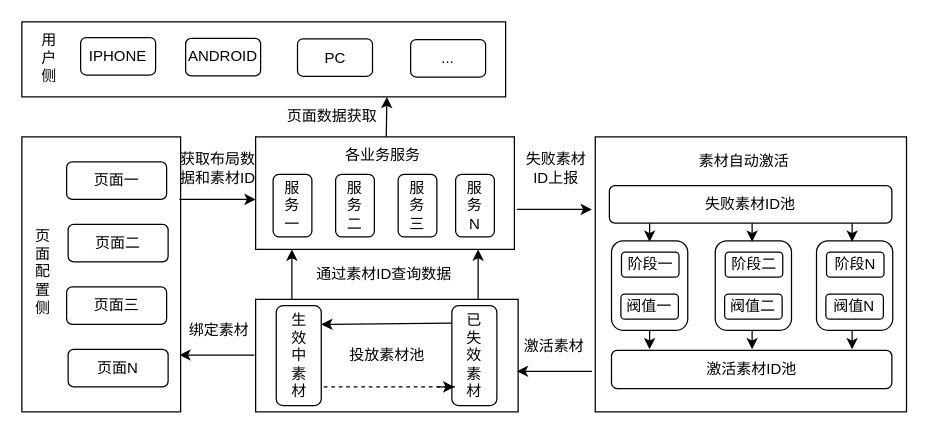
The draw.io diagram page "第 2 页" (2 of 3) of 自动激活方案.drawio in wushenchao/dro, before the edit. Source tidied: cells renumbered, new cells numbered last; positions are measured from the earlier drawing's top-left corner, leaving out a move shared by most shapes. Both pictures are drawn from the tidied source at 125%, with x=0, y=0 at pixel (21, 21).
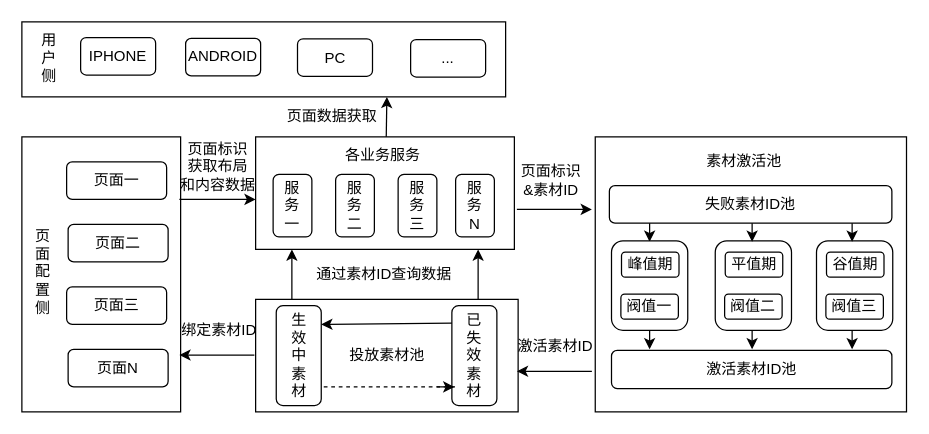
After the change.

What changed in the source:
```diff
@@
-    <mxCell id="27" value="获取布局数据和素材ID" style="text;html=1;strokeColor=none;fillColor=none;align=center;verticalAlign=middle;whiteSpace=wrap;rounded=0;" parent="1" vertex="1">
-      <mxGeometry x="122" y="102" width="70" height="30" as="geometry" />
+    <mxCell id="27" value="页面标识&lt;br&gt;获取布局&lt;br&gt;和内容数据" style="text;html=1;strokeColor=none;fillColor=none;align=center;verticalAlign=middle;whiteSpace=wrap;rounded=0;" parent="1" vertex="1">
+      <mxGeometry x="122" y="90" width="70" height="52" as="geometry" />
     </mxCell>
@@
-    <mxCell id="30" value="绑定素材" style="text;html=1;strokeColor=none;fillColor=none;align=center;verticalAlign=middle;whiteSpace=wrap;rounded=0;" parent="1" vertex="1">
+    <mxCell id="30" value="绑定素材ID" style="text;html=1;strokeColor=none;fillColor=none;align=center;verticalAlign=middle;whiteSpace=wrap;rounded=0;" parent="1" vertex="1">
       <mxGeometry x="123" y="232" width="70" height="30" as="geometry" />
     </mxCell>
-    <mxCell id="31" value="激活素材" style="text;html=1;strokeColor=none;fillColor=none;align=center;verticalAlign=middle;whiteSpace=wrap;rounded=0;" parent="1" vertex="1">
-      <mxGeometry x="391" y="245" width="70" height="30" as="geometry" />
+    <mxCell id="31" value="激活素材ID" style="text;html=1;strokeColor=none;fillColor=none;align=center;verticalAlign=middle;whiteSpace=wrap;rounded=0;" parent="1" vertex="1">
+      <mxGeometry x="392" y="245" width="70" height="30" as="geometry" />
     </mxCell>
-    <mxCell id="32" value="失败素材&lt;br&gt;ID上报" style="text;html=1;align=center;verticalAlign=middle;strokeColor=none;fillColor=none;" parent="1" vertex="1">
-      <mxGeometry x="392" y="97" width="70" height="40" as="geometry" />
+    <mxCell id="32" value="页面标识&lt;br&gt;&amp;amp;素材ID" style="text;html=1;align=center;verticalAlign=middle;strokeColor=none;fillColor=none;" parent="1" vertex="1">
+      <mxGeometry x="388" y="107" width="70" height="40" as="geometry" />
     </mxCell>
@@
-    <mxCell id="36" value="阶段二" style="rounded=1;whiteSpace=wrap;html=1;" parent="1" vertex="1">
+    <mxCell id="36" value="平值期" style="rounded=1;whiteSpace=wrap;html=1;" parent="1" vertex="1">
       <mxGeometry x="562.7" y="184.2" width="46" height="20" as="geometry" />
     </mxCell>
@@
-    <mxCell id="42" value="阶段N" style="rounded=1;whiteSpace=wrap;html=1;" parent="1" vertex="1">
+    <mxCell id="42" value="谷值期" style="rounded=1;whiteSpace=wrap;html=1;" parent="1" vertex="1">
       <mxGeometry x="643.7" y="184.2" width="46" height="20" as="geometry" />
     </mxCell>
-    <mxCell id="43" value="阀值N" style="rounded=1;whiteSpace=wrap;html=1;" parent="1" vertex="1">
+    <mxCell id="43" value="阀值三" style="rounded=1;whiteSpace=wrap;html=1;" parent="1" vertex="1">
       <mxGeometry x="643.2" y="217.8" width="46" height="20" as="geometry" />
     </mxCell>
@@
-    <mxCell id="45" value="阶段一" style="rounded=1;whiteSpace=wrap;html=1;" parent="1" vertex="1">
+    <mxCell id="45" value="峰值期" style="rounded=1;whiteSpace=wrap;html=1;" parent="1" vertex="1">
       <mxGeometry x="479.7" y="184.2" width="46" height="20" as="geometry" />
     </mxCell>
@@
-    <mxCell id="52" value="素材自动激活" style="text;html=1;strokeColor=none;fillColor=none;align=center;verticalAlign=middle;whiteSpace=wrap;rounded=0;" parent="1" vertex="1">
+    <mxCell id="52" value="素材激活池" style="text;html=1;strokeColor=none;fillColor=none;align=center;verticalAlign=middle;whiteSpace=wrap;rounded=0;" parent="1" vertex="1">
       <mxGeometry x="517.5" y="97" width="120" height="30" as="geometry" />
     </mxCell>
```
